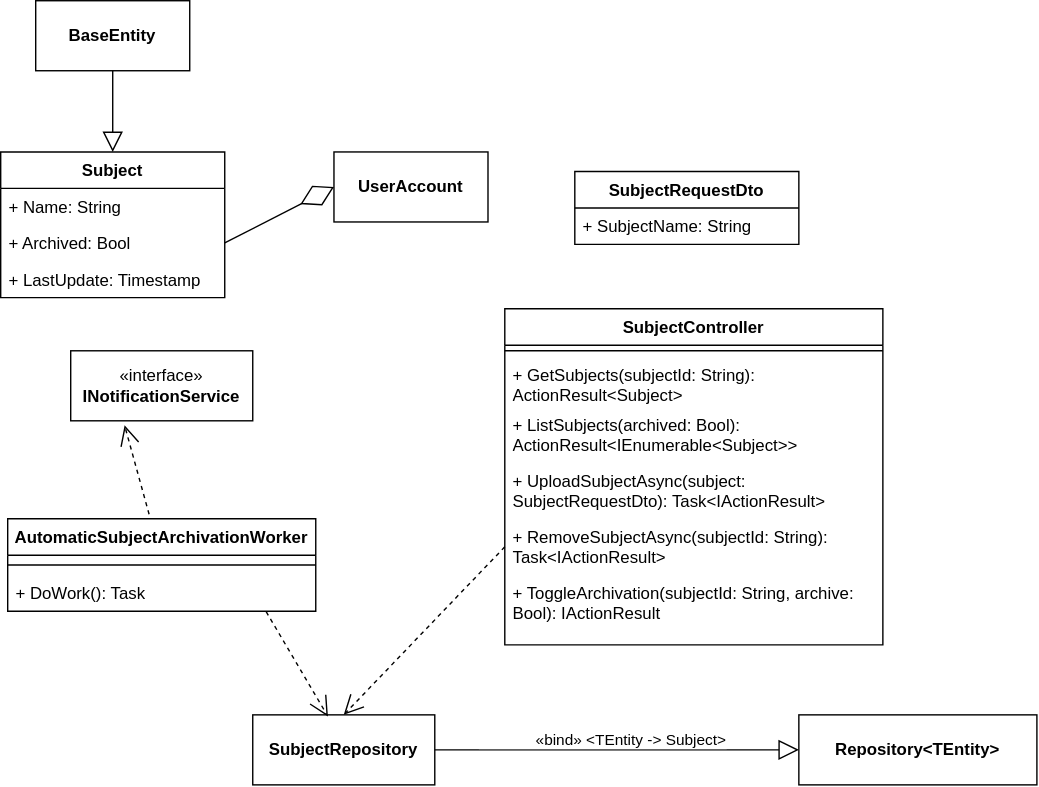
The draw.io diagram lab2diags/logical-view/archivation.drawio.svg in piatrashkakanstantinass/psi2, before a commit. Source tidied: cells renumbered, new cells last; positions are measured from the earlier drawing's top-left corner, leaving out a move shared by most shapes.
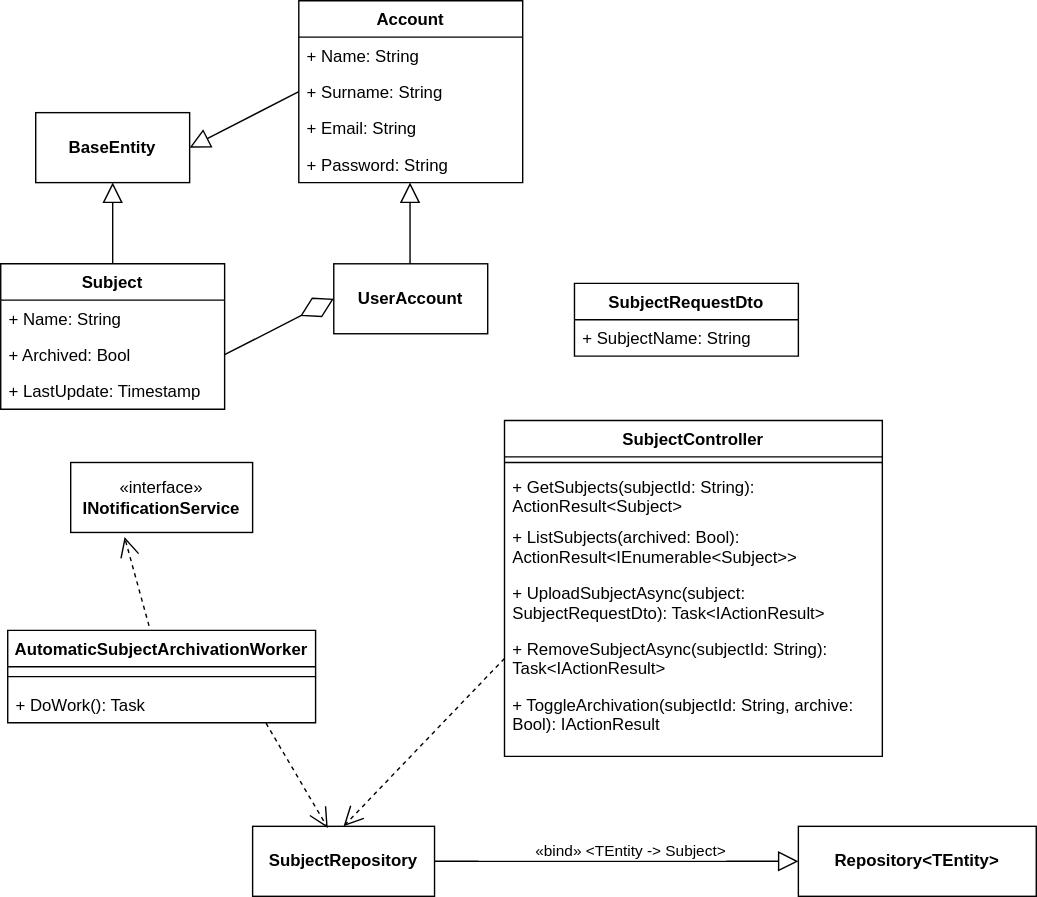
The same diagram one commit later.

Diff of the diagram source:
```diff
@@ -44,7 +44,7 @@
     <mxCell id="15" value="&lt;b&gt;BaseEntity&lt;/b&gt;" style="html=1;whiteSpace=wrap;" parent="1" vertex="1">
       <mxGeometry x="25" width="110" height="50" as="geometry" />
     </mxCell>
-    <mxCell id="16" style="edgeStyle=none;html=1;endSize=12;endArrow=block;endFill=0;rounded=0;entryX=0.5;entryY=0;entryDx=0;entryDy=0;exitX=0.5;exitY=1;exitDx=0;exitDy=0;" parent="1" edge="1" source="15" target="2">
+    <mxCell id="16" style="edgeStyle=none;html=1;endSize=12;endArrow=block;endFill=0;rounded=0;entryX=0.5;entryY=1;entryDx=0;entryDy=0;exitX=0.5;exitY=0;exitDx=0;exitDy=0;" parent="1" edge="1" source="2" target="15">
       <mxGeometry relative="1" as="geometry" />
     </mxCell>
     <mxCell id="17" value="SubjectRequestDto" style="swimlane;fontStyle=1;align=center;verticalAlign=top;horizontal=1;startSize=26;whiteSpace=wrap;html=1;" parent="1" vertex="1">
@@ -88,5 +88,29 @@
     <mxCell id="29" style="endArrow=open;endSize=12;dashed=1;html=1;rounded=0;exitX=0.459;exitY=-0.049;exitDx=0;exitDy=0;entryX=0.296;entryY=1.065;entryDx=0;entryDy=0;entryPerimeter=0;exitPerimeter=0;" parent="1" edge="1" source="24" target="27">
       <mxGeometry relative="1" as="geometry" />
     </mxCell>
+    <mxCell id="30" style="edgeStyle=none;html=1;endSize=12;endArrow=block;endFill=0;rounded=0;entryX=0.5;entryY=1;entryDx=0;entryDy=0;exitX=0.5;exitY=0;exitDx=0;exitDy=0;" parent="1" edge="1">
+      <mxGeometry relative="1" as="geometry">
+        <mxPoint x="292.5" y="108" as="sourcePoint" />
+        <mxPoint x="292.5" y="50" as="targetPoint" />
+      </mxGeometry>
+    </mxCell>
+    <mxCell id="31" value="Account" style="swimlane;fontStyle=1;align=center;verticalAlign=top;horizontal=1;startSize=26;whiteSpace=wrap;html=1;" parent="1" vertex="1">
+      <mxGeometry x="213" y="-80" width="160" height="130" as="geometry" />
+    </mxCell>
+    <mxCell id="32" value="+ Name: String" style="text;strokeColor=none;fillColor=none;align=left;verticalAlign=top;spacingLeft=4;spacingRight=4;overflow=hidden;whiteSpace=wrap;html=1;" parent="31" vertex="1">
+      <mxGeometry y="26" width="160" height="26" as="geometry" />
+    </mxCell>
+    <mxCell id="33" value="+ Surname: String" style="text;strokeColor=none;fillColor=none;align=left;verticalAlign=top;spacingLeft=4;spacingRight=4;overflow=hidden;points=[[0,0.5],[1,0.5]];portConstraint=eastwest;whiteSpace=wrap;html=1;" parent="31" vertex="1">
+      <mxGeometry y="52" width="160" height="26" as="geometry" />
+    </mxCell>
+    <mxCell id="34" value="+ Email: String" style="text;strokeColor=none;fillColor=none;align=left;verticalAlign=top;spacingLeft=4;spacingRight=4;overflow=hidden;whiteSpace=wrap;html=1;" parent="31" vertex="1">
+      <mxGeometry y="78" width="160" height="26" as="geometry" />
+    </mxCell>
+    <mxCell id="35" value="+ Password: String" style="text;strokeColor=none;fillColor=none;align=left;verticalAlign=top;spacingLeft=4;spacingRight=4;overflow=hidden;whiteSpace=wrap;html=1;" parent="31" vertex="1">
+      <mxGeometry y="104" width="160" height="26" as="geometry" />
+    </mxCell>
+    <mxCell id="36" style="edgeStyle=none;html=1;endSize=12;endArrow=block;endFill=0;rounded=0;entryX=1;entryY=0.5;entryDx=0;entryDy=0;exitX=0;exitY=0.5;exitDx=0;exitDy=0;" parent="1" edge="1" source="33" target="15">
+      <mxGeometry relative="1" as="geometry" />
+    </mxCell>
   </root>
 </mxGraphModel>
```
